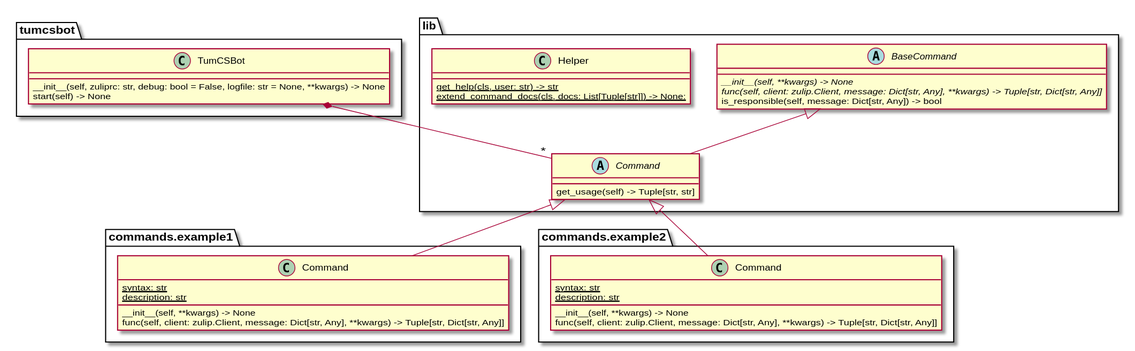
ro-i/tumcsbot keeps this PlantUML diagram as class_diagram.svg. Above is the earlier version. The source it was exported from:
```plantuml
@startuml

class tumcsbot.TumCSBot {
    __init__(self, zuliprc: str, debug: bool = False, logfile: str = None, **kwargs) -> None
start(self) -> None
}

class commands.example1.Command {
{static} syntax: str
{static} description: str
__init__(self, **kwargs) -> None
func(self, client: zulip.Client, message: Dict[str, Any], **kwargs) -> Tuple[str, Dict[str, Any]]
}

class commands.example2.Command {
{static} syntax: str
{static} description: str
__init__(self, **kwargs) -> None
func(self, client: zulip.Client, message: Dict[str, Any], **kwargs) -> Tuple[str, Dict[str, Any]]
}

abstract class lib.BaseCommand {
{abstract} __init__(self, **kwargs) -> None
{abstract} func(self, client: zulip.Client, message: Dict[str, Any], **kwargs) -> Tuple[str, Dict[str, Any]]
is_responsible(self, message: Dict[str, Any]) -> bool
}

abstract class lib.Command {
get_usage(self) -> Tuple[str, str]
}

class lib.Helper {
{static} get_help(cls, user: str) -> str
{static} extend_command_docs(cls, docs: List[Tuple[str]]) -> None:
}

tumcsbot.TumCSBot *-- "*" lib.Command
lib.BaseCommand <|-- lib.Command
lib.Command <|--commands.example1.Command
lib.Command <|-- commands.example2.Command

@enduml
```
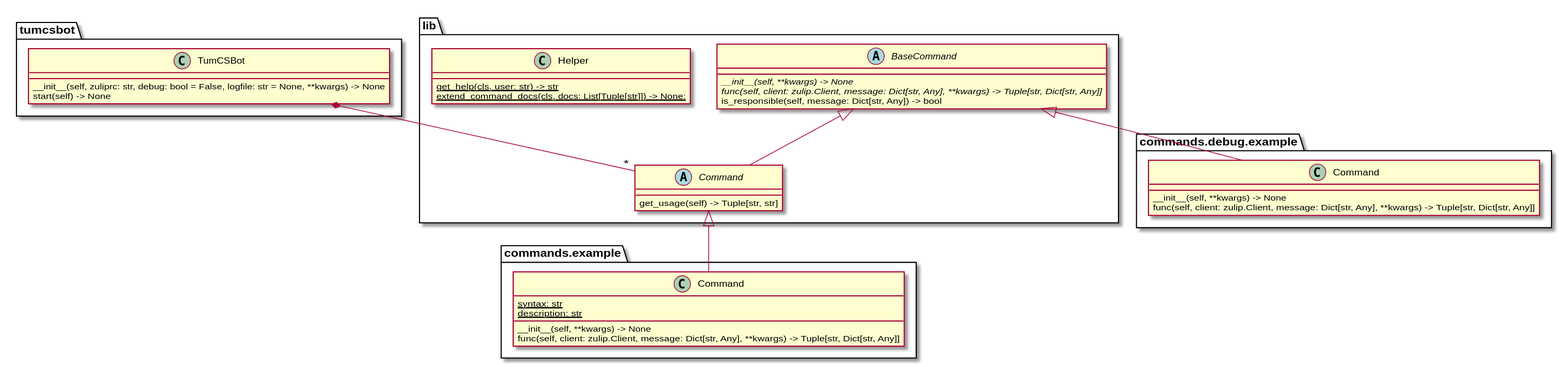
Above is the later version.

Commit message:
add debug command representation

Change to the diagram source:
```diff
@@ -5,16 +5,14 @@
 start(self) -> None
 }
 
-class commands.example1.Command {
+class commands.example.Command {
 {static} syntax: str
 {static} description: str
 __init__(self, **kwargs) -> None
 func(self, client: zulip.Client, message: Dict[str, Any], **kwargs) -> Tuple[str, Dict[str, Any]]
 }
 
-class commands.example2.Command {
-{static} syntax: str
-{static} description: str
+class commands.debug.example.Command {
 __init__(self, **kwargs) -> None
 func(self, client: zulip.Client, message: Dict[str, Any], **kwargs) -> Tuple[str, Dict[str, Any]]
 }
@@ -36,7 +34,7 @@
 
 tumcsbot.TumCSBot *-- "*" lib.Command
 lib.BaseCommand <|-- lib.Command
-lib.Command <|--commands.example1.Command
-lib.Command <|-- commands.example2.Command
+lib.Command <|--commands.example.Command
+lib.BaseCommand <|-- commands.debug.example.Command
 
 @enduml
```
